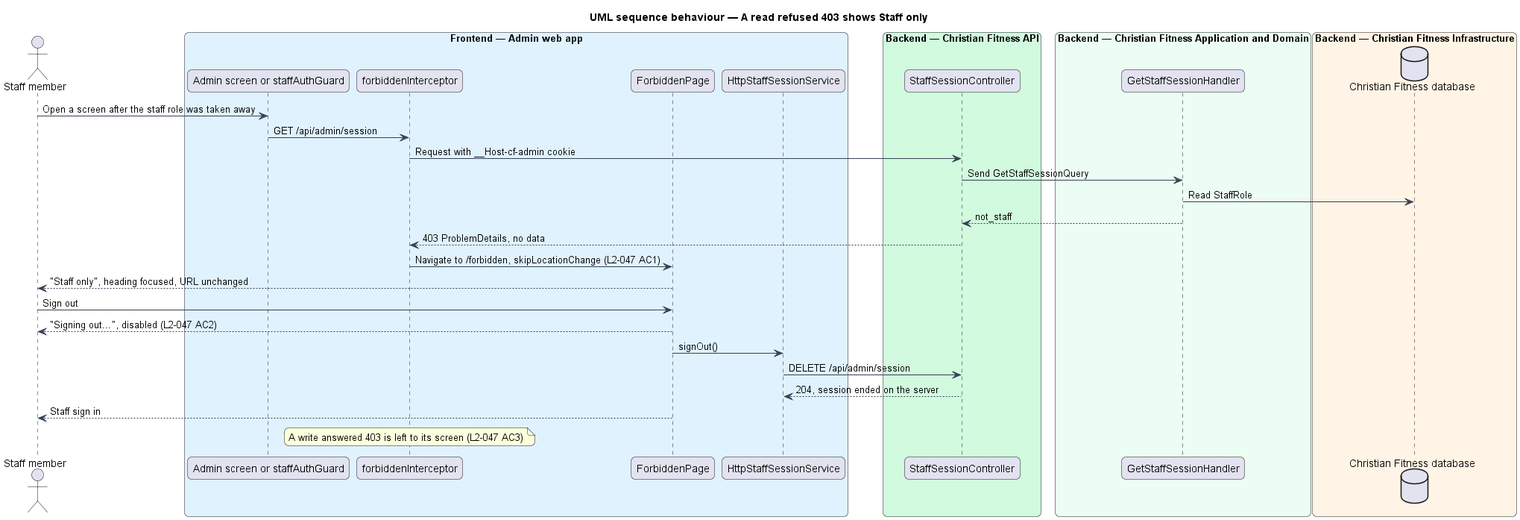
This is docs/detailed-designs/admin-access/admin-sign-in/diagrams/sequence-forbidden.png from QuinntyneBrown/christian-fitness, a PlantUML export, as it was before one commit. Source of this version:
```plantuml
@startuml
title UML sequence behaviour — A read refused 403 shows Staff only
skinparam backgroundColor #FFFFFF
skinparam shadowing false
skinparam roundcorner 12
skinparam defaultFontName Arial
skinparam ArrowColor #344054
skinparam rectangle {
  BorderColor #344054
  FontColor #101828
}
skinparam package {
  BorderColor #667085
  FontColor #101828
  BackgroundColor #F9FAFB
}
actor "Staff member" as actor
box "Frontend — Admin web app" #E0F2FE
  participant "Admin screen or staffAuthGuard" as screen
  participant "forbiddenInterceptor" as icpt
  participant "ForbiddenPage" as forbidden
  participant "HttpStaffSessionService" as client
end box
box "Backend — Christian Fitness API" #D1FADF
  participant "StaffSessionController" as ctrl
end box
box "Backend — Christian Fitness Application and Domain" #ECFDF3
  participant "GetStaffSessionHandler" as handler
end box
box "Backend — Christian Fitness Infrastructure" #FFF4E5
  database "Christian Fitness database" as db
end box
actor -> screen : Open a screen after the staff role was taken away
screen -> icpt : GET /api/admin/session
icpt -> ctrl : Request with __Host-cf-admin cookie
ctrl -> handler : Send GetStaffSessionQuery
handler -> db : Read StaffRole
handler --> ctrl : not_staff
ctrl --> icpt : 403 ProblemDetails, no data
icpt -> forbidden : Navigate to /forbidden, skipLocationChange (L2-047 AC1)
forbidden --> actor : "Staff only", heading focused, URL unchanged
actor -> forbidden : Sign out
forbidden --> actor : "Signing out…", disabled (L2-047 AC2)
forbidden -> client : signOut()
client -> ctrl : DELETE /api/admin/session
ctrl --> client : 204, session ended on the server
forbidden --> actor : Staff sign in
note over icpt : A write answered 403 is left to its screen (L2-047 AC3)
@enduml
```
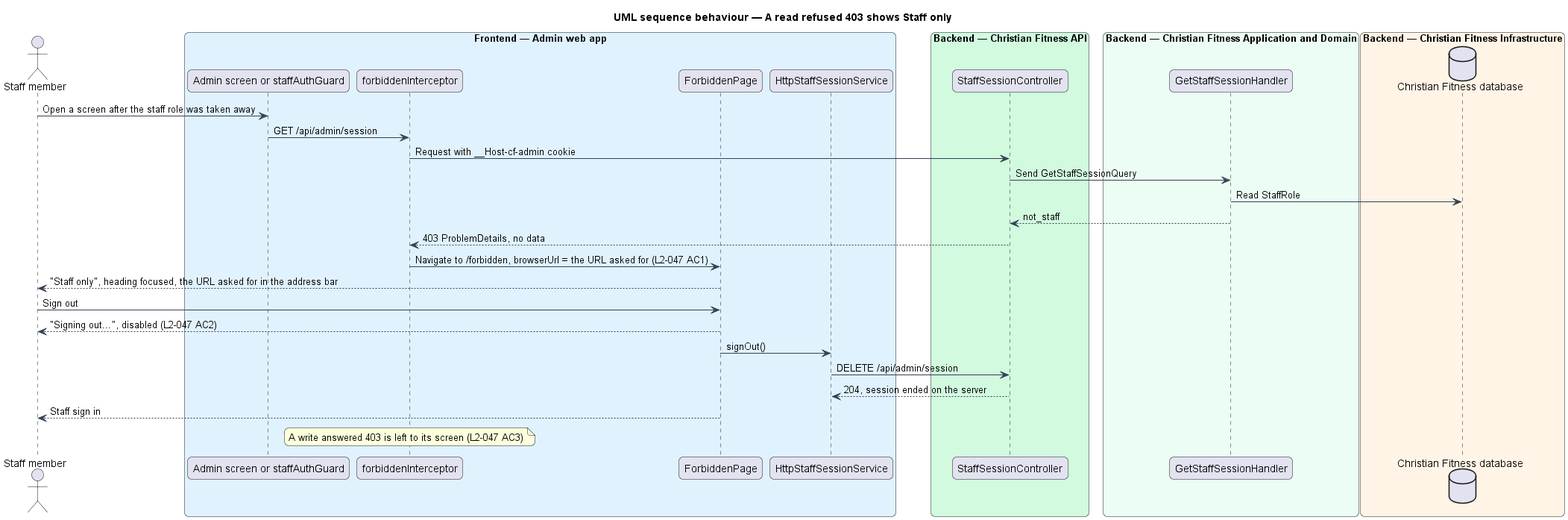
After the commit.

Diff of the diagram source:
```diff
@@ -37,8 +37,8 @@
 handler -> db : Read StaffRole
 handler --> ctrl : not_staff
 ctrl --> icpt : 403 ProblemDetails, no data
-icpt -> forbidden : Navigate to /forbidden, skipLocationChange (L2-047 AC1)
-forbidden --> actor : "Staff only", heading focused, URL unchanged
+icpt -> forbidden : Navigate to /forbidden, browserUrl = the URL asked for (L2-047 AC1)
+forbidden --> actor : "Staff only", heading focused, the URL asked for in the address bar
 actor -> forbidden : Sign out
 forbidden --> actor : "Signing out…", disabled (L2-047 AC2)
 forbidden -> client : signOut()
```
